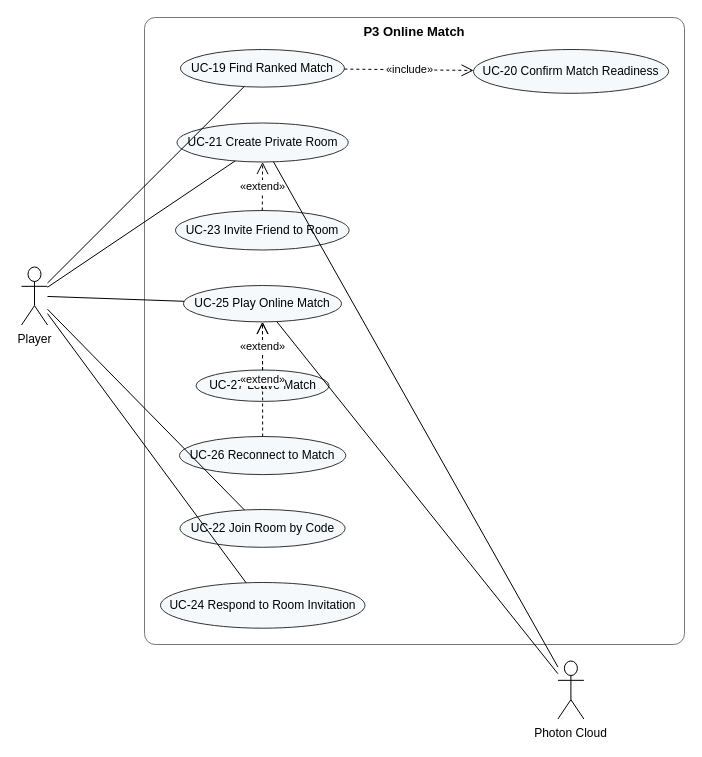
Earlier version of the draw.io diagram page "UC P3 Online" (4 of 16) of Doc/Project_report/Report/PickleVerse_UseCase_ConceptualERD.drawio (Tad-Min/PickleVerse). Source tidied: cells renumbered, new cells numbered last; positions are measured from the earlier drawing's top-left corner, leaving out a move shared by most shapes. Both pictures are drawn from the tidied source at 100%, with x=0, y=0 at pixel (21, 17).
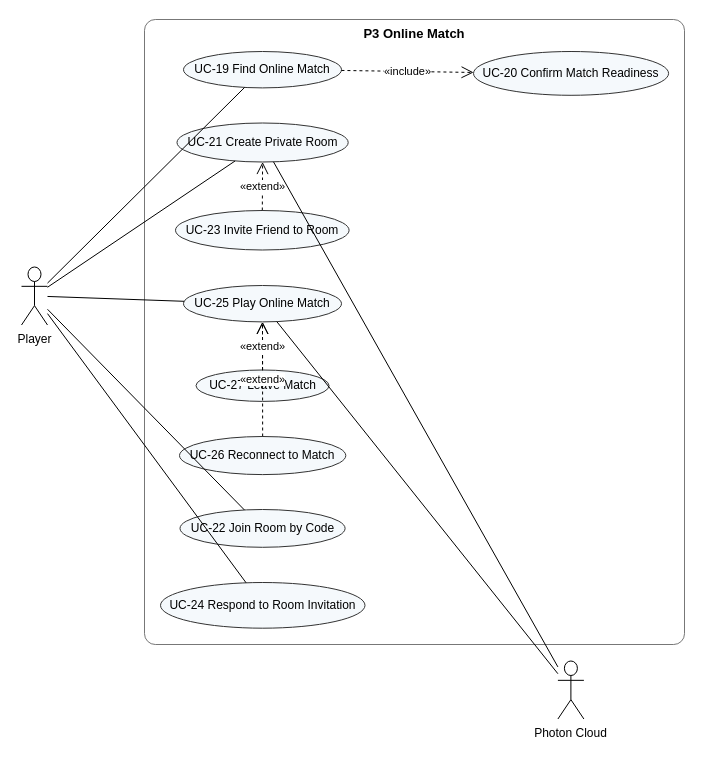
The same diagram, later.

Diff of the diagram source:
```diff
@@
     <mxCell id="2" value="P3 Online Match" style="rounded=1;arcSize=2;whiteSpace=wrap;html=1;fillColor=none;verticalAlign=top;fontStyle=1;fontSize=13;strokeColor=#777777;" parent="1" vertex="1">
-      <mxGeometry x="123" width="540" height="627" as="geometry" />
+      <mxGeometry x="123" y="2" width="540" height="625" as="geometry" />
     </mxCell>
-    <mxCell id="3" value="UC-19 Find Ranked Match" style="ellipse;whiteSpace=wrap;html=1;fillColor=#F5F9FC;strokeColor=#333333;fontSize=12;" parent="1" vertex="1">
-      <mxGeometry x="159" y="32" width="163.9" height="37.6" as="geometry" />
+    <mxCell id="3" value="UC-19 Find Online Match" style="ellipse;whiteSpace=wrap;html=1;fillColor=#F5F9FC;strokeColor=#333333;fontSize=12;" parent="1" vertex="1">
+      <mxGeometry x="162" y="34" width="158" height="36.4" as="geometry" />
     </mxCell>
     <mxCell id="4" value="UC-20 Confirm Match Readiness" style="ellipse;whiteSpace=wrap;html=1;fillColor=#F5F9FC;strokeColor=#333333;fontSize=12;" parent="1" vertex="1">
-      <mxGeometry x="452" y="32" width="195.1" height="43.8" as="geometry" />
+      <mxGeometry x="452" y="34" width="195.1" height="43.8" as="geometry" />
     </mxCell>
```
